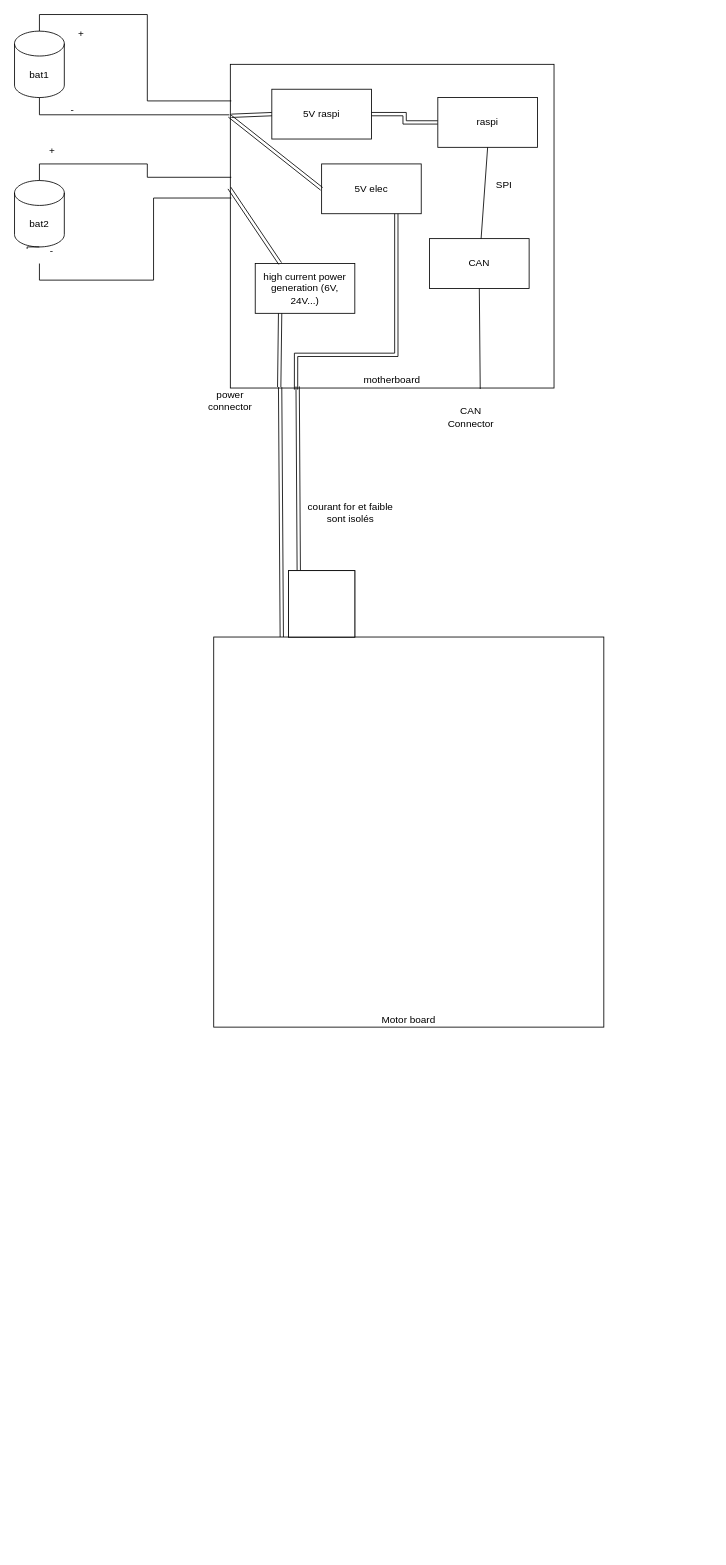
This is drawing/Diagramme sans nom.drawio from pauloone/krabi-miscelaneous, a draw.io file, before an edit. Source tidied: cells renumbered, new cells numbered last; positions are measured from the earlier drawing's top-left corner, leaving out a move shared by most shapes. Both pictures are drawn from the tidied source at 83%, with x=0, y=0 at pixel (14, 21).
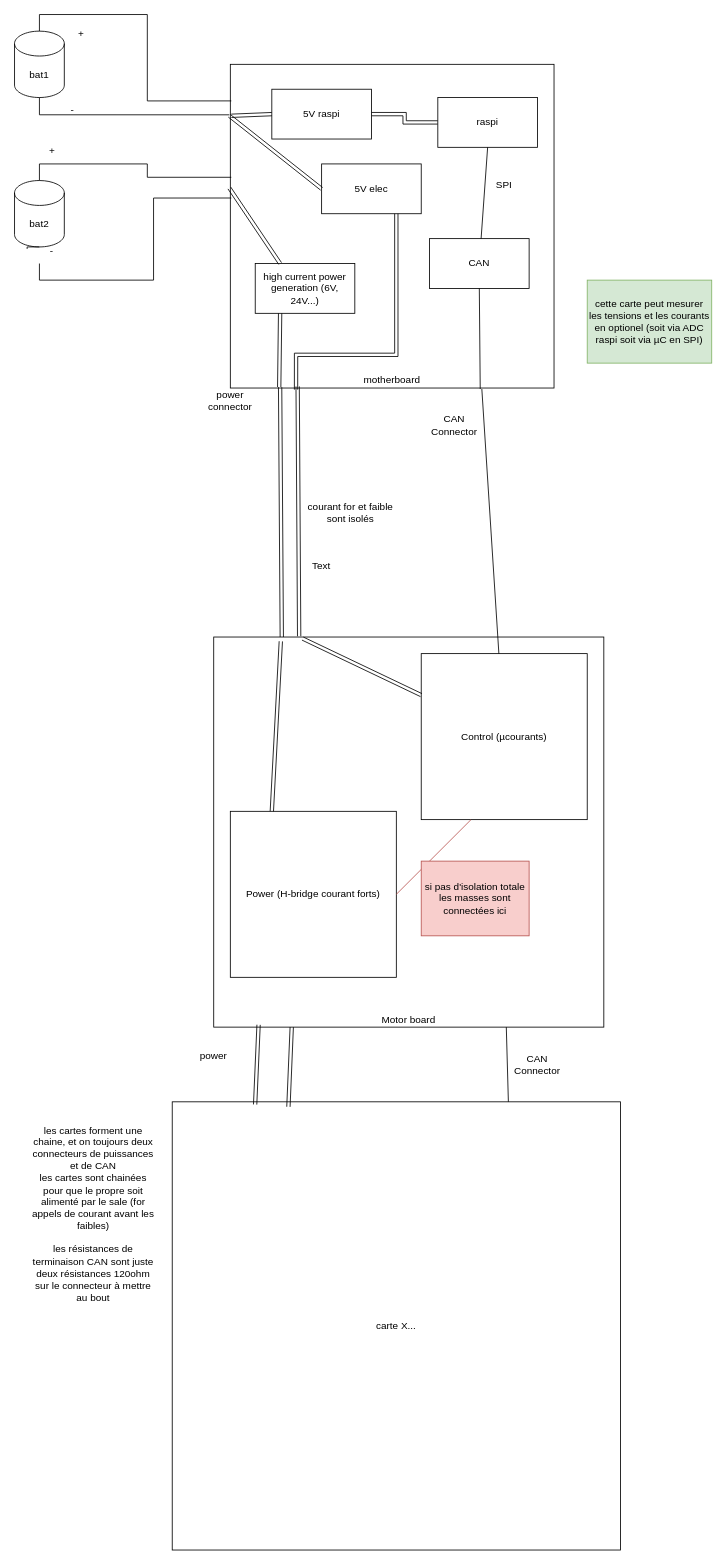
The same diagram, later.

Commit message:
Mettre à jour Diagramme sans nom.drawio

The change refers to these unchanged cells:
```xml
<mxCell id="2" value="motherboard" style="whiteSpace=wrap;html=1;verticalAlign=bottom;" parent="1" vertex="1">
  <mxGeometry x="260" y="52" width="390" height="390" as="geometry" />
</mxCell>
<mxCell id="31" value="Motor board" style="whiteSpace=wrap;html=1;verticalAlign=bottom;" parent="1" vertex="1">
  <mxGeometry x="240" y="742" width="470" height="470" as="geometry" />
</mxCell>
```

Diff of the diagram source:
```diff
@@
     <mxCell id="29" value="CAN Connector" style="text;html=1;align=center;verticalAlign=middle;whiteSpace=wrap;rounded=0;" parent="1" vertex="1">
-      <mxGeometry x="520" y="462" width="60" height="30" as="geometry" />
+      <mxGeometry x="500" y="472" width="60" height="30" as="geometry" />
     </mxCell>
@@
-    <mxCell id="35" style="whiteSpace=wrap;html=1;" parent="1" vertex="1">
-      <mxGeometry x="330" y="662" width="80" height="80" as="geometry" />
-    </mxCell>
-    <mxCell id="36" style="whiteSpace=wrap;html=1;" parent="1" vertex="1">
-      <mxGeometry x="330" y="662" width="80" height="80" as="geometry" />
-    </mxCell>
+    <mxCell id="37" value="Power (H-bridge courant forts)" style="whiteSpace=wrap;html=1;" parent="1" vertex="1">
+      <mxGeometry x="260" y="952" width="200" height="200" as="geometry" />
+    </mxCell>
+    <mxCell id="38" value="Control (µcourants)" style="whiteSpace=wrap;html=1;" parent="1" vertex="1">
+      <mxGeometry x="490" y="762" width="200" height="200" as="geometry" />
+    </mxCell>
+    <mxCell id="39" style="endArrow=none;html=1;rounded=0;exitX=0.25;exitY=0;exitDx=0;exitDy=0;entryX=0.172;entryY=0.011;entryDx=0;entryDy=0;entryPerimeter=0;shape=link;" parent="1" edge="1" source="37" target="31">
+      <mxGeometry relative="1" as="geometry" />
+    </mxCell>
+    <mxCell id="40" style="endArrow=none;html=1;rounded=0;exitX=0;exitY=0.25;exitDx=0;exitDy=0;entryX=0.228;entryY=0.004;entryDx=0;entryDy=0;entryPerimeter=0;shape=link;" parent="1" edge="1" source="38" target="31">
+      <mxGeometry relative="1" as="geometry" />
+    </mxCell>
+    <mxCell id="41" style="endArrow=none;html=1;rounded=0;entryX=0.777;entryY=1.003;entryDx=0;entryDy=0;entryPerimeter=0;" parent="1" edge="1" source="38" target="2">
+      <mxGeometry relative="1" as="geometry" />
+    </mxCell>
+    <mxCell id="42" style="endArrow=none;html=1;rounded=0;fillColor=#f8cecc;strokeColor=#b85450;exitX=1;exitY=0.5;exitDx=0;exitDy=0;" parent="1" edge="1" source="37">
+      <mxGeometry relative="1" as="geometry">
+        <mxPoint x="550" y="962" as="targetPoint" />
+      </mxGeometry>
+    </mxCell>
+    <mxCell id="43" value="Text" style="text;html=1;align=center;verticalAlign=middle;whiteSpace=wrap;rounded=0;" parent="1" vertex="1">
+      <mxGeometry x="340" y="642" width="60" height="30" as="geometry" />
+    </mxCell>
+    <mxCell id="44" value="si pas d'isolation totale les masses sont connectées ici" style="text;html=1;align=center;verticalAlign=middle;whiteSpace=wrap;rounded=0;fillColor=#f8cecc;strokeColor=#b85450;" parent="1" vertex="1">
+      <mxGeometry x="490" y="1012" width="130" height="90" as="geometry" />
+    </mxCell>
+    <mxCell id="45" value="carte X..." style="whiteSpace=wrap;html=1;" parent="1" vertex="1">
+      <mxGeometry x="190" y="1302" width="540" height="540" as="geometry" />
+    </mxCell>
+    <mxCell id="46" style="endArrow=none;html=1;rounded=0;entryX=0.115;entryY=0.994;entryDx=0;entryDy=0;entryPerimeter=0;exitX=0.185;exitY=0.006;exitDx=0;exitDy=0;exitPerimeter=0;shape=link;" parent="1" edge="1" source="45" target="31">
+      <mxGeometry relative="1" as="geometry" />
+    </mxCell>
+    <mxCell id="47" style="endArrow=none;html=1;rounded=0;entryX=0.115;entryY=0.994;entryDx=0;entryDy=0;entryPerimeter=0;exitX=0.185;exitY=0.006;exitDx=0;exitDy=0;exitPerimeter=0;shape=link;" parent="1" edge="1">
+      <mxGeometry relative="1" as="geometry">
+        <mxPoint x="330" y="1308" as="sourcePoint" />
+        <mxPoint x="334" y="1212" as="targetPoint" />
+      </mxGeometry>
+    </mxCell>
+    <mxCell id="48" style="endArrow=none;html=1;rounded=0;entryX=0.75;entryY=1;entryDx=0;entryDy=0;exitX=0.75;exitY=0;exitDx=0;exitDy=0;" parent="1" edge="1" source="45" target="31">
+      <mxGeometry relative="1" as="geometry" />
+    </mxCell>
+    <mxCell id="49" value="power" style="text;html=1;align=center;verticalAlign=middle;whiteSpace=wrap;rounded=0;" parent="1" vertex="1">
+      <mxGeometry x="210" y="1232" width="60" height="30" as="geometry" />
+    </mxCell>
+    <mxCell id="50" value="CAN Connector" style="text;html=1;align=center;verticalAlign=middle;whiteSpace=wrap;rounded=0;" parent="1" vertex="1">
+      <mxGeometry x="600" y="1242" width="60" height="30" as="geometry" />
+    </mxCell>
+    <mxCell id="51" value="&lt;div&gt;les cartes forment une chaine, et on toujours deux connecteurs de puissances et de CAN&lt;/div&gt;&lt;div&gt;les cartes sont chainées pour que le propre soit alimenté par le sale (for appels de courant avant les faibles)&lt;/div&gt;&lt;div&gt;&lt;br&gt;&lt;/div&gt;les résistances de terminaison CAN sont juste deux résistances 120ohm sur le connecteur à mettre au bout" style="text;html=1;align=center;verticalAlign=middle;whiteSpace=wrap;rounded=0;" parent="1" vertex="1">
+      <mxGeometry x="20" y="1332" width="150" height="210" as="geometry" />
+    </mxCell>
+    <mxCell id="52" value="cette carte peut mesurer les tensions et les courants en optionel (soit via ADC raspi soit via µC en SPI)" style="text;html=1;align=center;verticalAlign=middle;whiteSpace=wrap;rounded=0;fillColor=#d5e8d4;strokeColor=#82b366;" parent="1" vertex="1">
+      <mxGeometry x="690" y="312" width="150" height="100" as="geometry" />
+    </mxCell>
```
